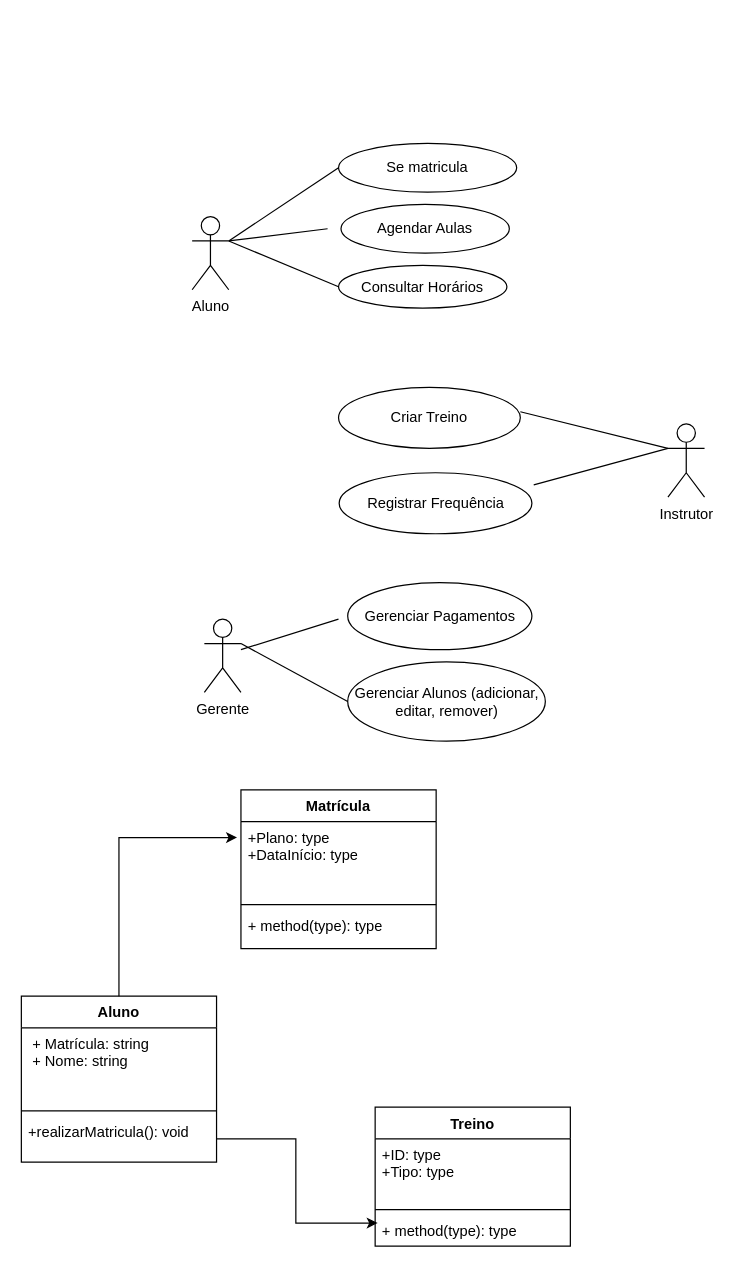
The draw.io diagram page "Página-4" (2 of 6) of Diagrama sem noe.drawio in sabrinaLM893/diagramasderequisitos, before the edit. Source tidied: cells renumbered, new cells numbered last; positions are measured from the earlier drawing's top-left corner, leaving out a move shared by most shapes. Both pictures are drawn from the tidied source at 122%, with x=0, y=0 at pixel (21, 143).
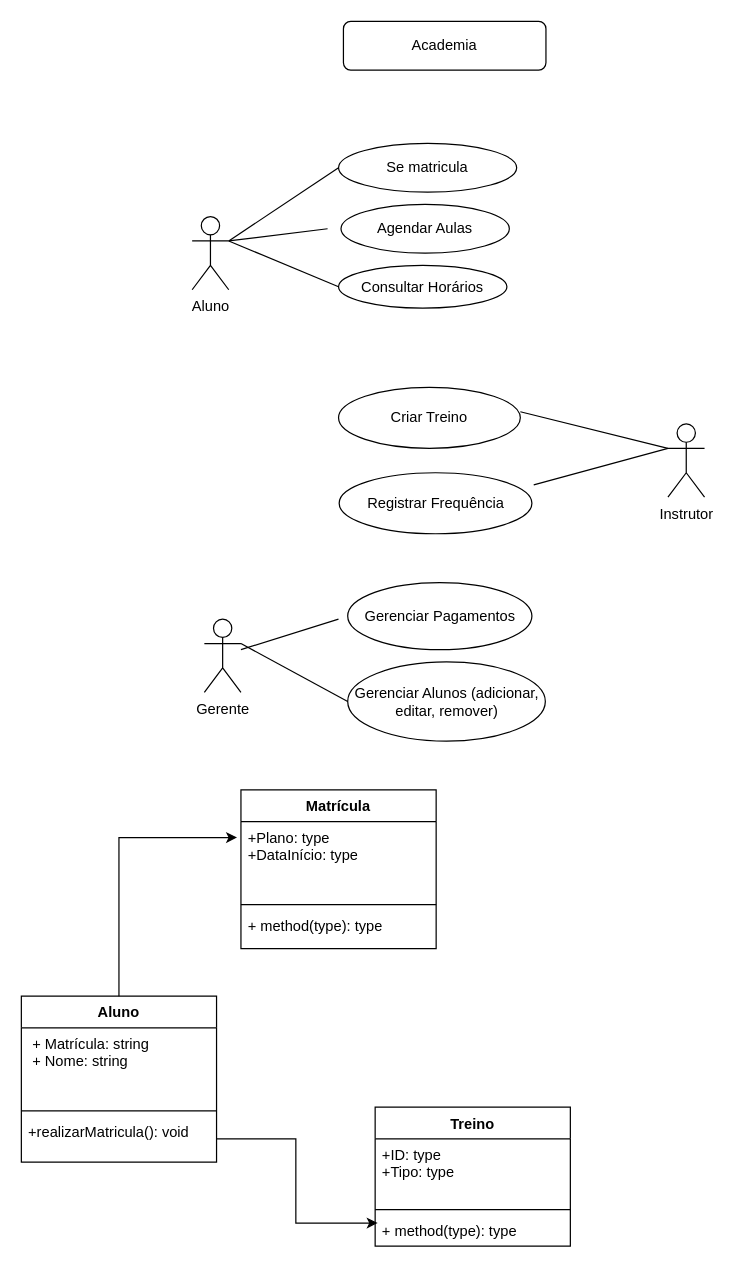
The same diagram, later.

Diff of the diagram source:
```diff
@@
+    <mxCell id="33" value="Academia" style="rounded=1;whiteSpace=wrap;html=1;" parent="1" vertex="1">
+      <mxGeometry x="264" y="-100" width="166" height="40" as="geometry" />
+    </mxCell>
```
